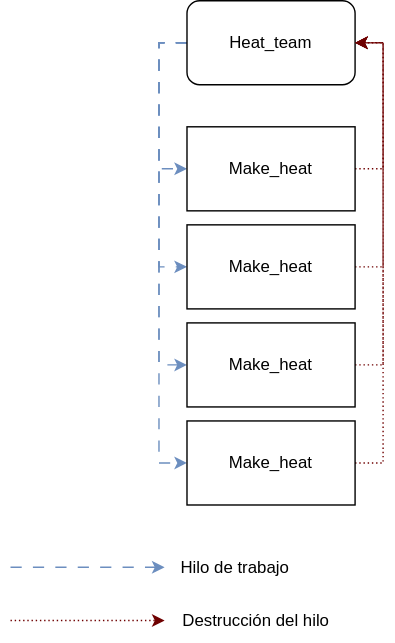
The draw.io diagram homeworks/pthread/design/images/Threats.svg in IsaiasAlfa/concurrente25a-isaias_alfaro, before a commit. Source tidied: cells renumbered, new cells last; positions are measured from the earlier drawing's top-left corner, leaving out a move shared by most shapes.
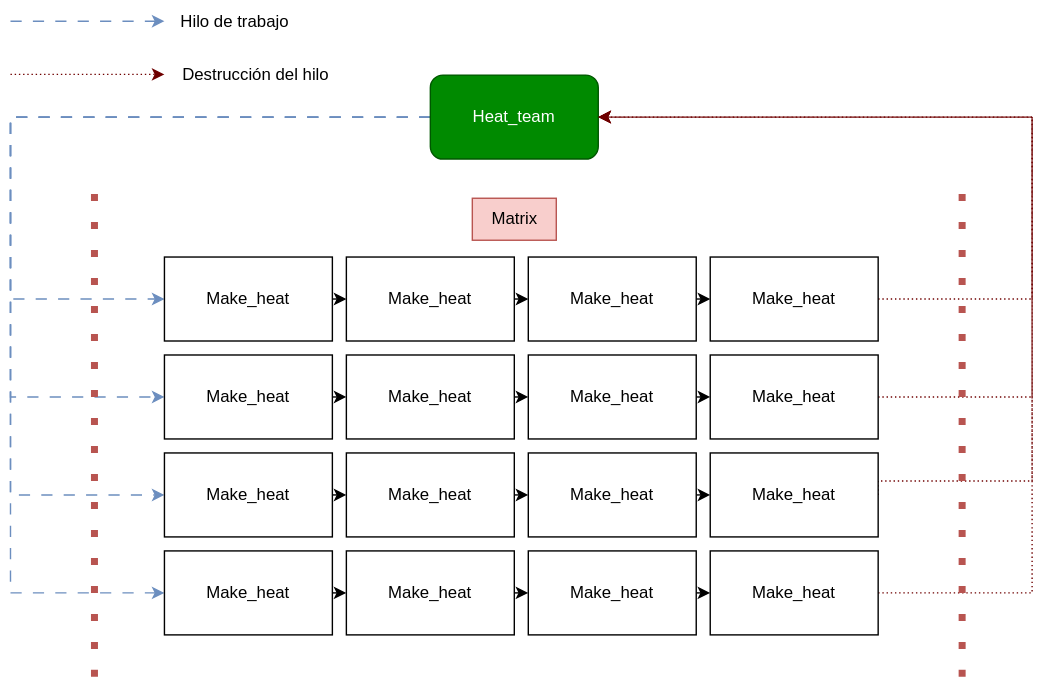
Later version of the same file.

Commit message:
homework_pthread: Better way to show the work of the threads. Close #3

What changed in the source:
```diff
@@ -3,61 +3,189 @@
     <mxCell id="0" />
     <mxCell id="1" parent="0" />
     <mxCell id="2" style="edgeStyle=orthogonalEdgeStyle;rounded=0;jettySize=auto;html=1;exitX=0;exitY=0.5;exitDx=0;exitDy=0;entryX=0;entryY=0.5;entryDx=0;entryDy=0;dashed=1;dashPattern=8 8;fillColor=#dae8fc;strokeColor=#6c8ebf;" parent="1" edge="1" source="6" target="8">
-      <mxGeometry relative="1" as="geometry" />
+      <mxGeometry relative="1" as="geometry">
+        <Array as="points">
+          <mxPoint x="16" y="-10" />
+          <mxPoint x="16" y="120" />
+        </Array>
+      </mxGeometry>
     </mxCell>
     <mxCell id="3" style="edgeStyle=orthogonalEdgeStyle;rounded=0;jettySize=auto;html=1;exitX=0;exitY=0.5;exitDx=0;exitDy=0;entryX=0;entryY=0.5;entryDx=0;entryDy=0;dashed=1;dashPattern=8 8;fillColor=#dae8fc;strokeColor=#6c8ebf;" parent="1" edge="1" source="6" target="10">
-      <mxGeometry relative="1" as="geometry" />
+      <mxGeometry relative="1" as="geometry">
+        <Array as="points">
+          <mxPoint x="16" y="-10" />
+          <mxPoint x="16" y="190" />
+        </Array>
+      </mxGeometry>
     </mxCell>
     <mxCell id="4" style="edgeStyle=orthogonalEdgeStyle;rounded=0;jettySize=auto;html=1;exitX=0;exitY=0.5;exitDx=0;exitDy=0;entryX=0;entryY=0.5;entryDx=0;entryDy=0;dashed=1;dashPattern=8 8;fillColor=#dae8fc;strokeColor=#6c8ebf;" parent="1" edge="1" source="6" target="12">
-      <mxGeometry relative="1" as="geometry" />
+      <mxGeometry relative="1" as="geometry">
+        <Array as="points">
+          <mxPoint x="16" y="-10" />
+          <mxPoint x="16" y="260" />
+        </Array>
+      </mxGeometry>
     </mxCell>
     <mxCell id="5" style="edgeStyle=orthogonalEdgeStyle;rounded=0;jettySize=auto;html=1;exitX=0;exitY=0.5;exitDx=0;exitDy=0;entryX=0;entryY=0.5;entryDx=0;entryDy=0;dashed=1;dashPattern=8 8;fillColor=#dae8fc;strokeColor=#6c8ebf;" parent="1" edge="1" source="6" target="14">
-      <mxGeometry relative="1" as="geometry" />
+      <mxGeometry relative="1" as="geometry">
+        <Array as="points">
+          <mxPoint x="16" y="-10" />
+          <mxPoint x="16" y="330" />
+        </Array>
+      </mxGeometry>
     </mxCell>
-    <mxCell id="6" value="Heat_team" style="rounded=1;whiteSpace=wrap;html=1;" parent="1" vertex="1">
-      <mxGeometry x="126" width="120" height="60" as="geometry" />
+    <mxCell id="6" value="Heat_team" style="rounded=1;whiteSpace=wrap;html=1;fillColor=#008a00;fontColor=#ffffff;strokeColor=#005700;" parent="1" vertex="1">
+      <mxGeometry x="316" y="-40" width="120" height="60" as="geometry" />
     </mxCell>
-    <mxCell id="7" style="edgeStyle=orthogonalEdgeStyle;rounded=0;jettySize=auto;html=1;exitX=1;exitY=0.5;exitDx=0;exitDy=0;entryX=1;entryY=0.5;entryDx=0;entryDy=0;dashed=1;dashPattern=1 2;fillColor=#a20025;strokeColor=#6F0000;" parent="1" edge="1" source="8" target="6">
-      <mxGeometry relative="1" as="geometry" />
+    <mxCell id="7" style="edgeStyle=orthogonalEdgeStyle;rounded=0;jettySize=auto;html=1;exitX=1;exitY=0.5;exitDx=0;exitDy=0;entryX=1;entryY=0.5;entryDx=0;entryDy=0;dashed=1;dashPattern=1 2;fillColor=#a20025;strokeColor=#6F0000;" parent="1" edge="1" source="42" target="6">
+      <mxGeometry relative="1" as="geometry">
+        <Array as="points">
+          <mxPoint x="746" y="120" />
+          <mxPoint x="746" y="-10" />
+        </Array>
+      </mxGeometry>
     </mxCell>
+    <mxCell id="19" style="edgeStyle=orthogonalEdgeStyle;rounded=0;jettySize=auto;html=1;exitX=1;exitY=0.5;exitDx=0;exitDy=0;entryX=0;entryY=0.5;entryDx=0;entryDy=0;" parent="1" edge="1" source="8" target="24">
+      <mxGeometry relative="1" as="geometry" />
+    </mxCell>
     <mxCell id="8" value="Make_heat" style="rounded=0;whiteSpace=wrap;html=1;" parent="1" vertex="1">
       <mxGeometry x="126" y="90" width="120" height="60" as="geometry" />
     </mxCell>
-    <mxCell id="9" style="edgeStyle=orthogonalEdgeStyle;rounded=0;jettySize=auto;html=1;exitX=1;exitY=0.5;exitDx=0;exitDy=0;entryX=1;entryY=0.5;entryDx=0;entryDy=0;dashed=1;dashPattern=1 2;fillColor=#a20025;strokeColor=#6F0000;" parent="1" edge="1" source="10" target="6">
-      <mxGeometry relative="1" as="geometry" />
+    <mxCell id="9" style="edgeStyle=orthogonalEdgeStyle;rounded=0;jettySize=auto;html=1;exitX=1;exitY=0.5;exitDx=0;exitDy=0;entryX=1;entryY=0.5;entryDx=0;entryDy=0;dashed=1;dashPattern=1 2;fillColor=#a20025;strokeColor=#6F0000;" parent="1" edge="1" source="39" target="6">
+      <mxGeometry relative="1" as="geometry">
+        <Array as="points">
+          <mxPoint x="746" y="190" />
+          <mxPoint x="746" y="-10" />
+        </Array>
+      </mxGeometry>
     </mxCell>
+    <mxCell id="20" style="edgeStyle=orthogonalEdgeStyle;rounded=0;jettySize=auto;html=1;exitX=1;exitY=0.5;exitDx=0;exitDy=0;entryX=0;entryY=0.5;entryDx=0;entryDy=0;" parent="1" edge="1" source="10" target="26">
+      <mxGeometry relative="1" as="geometry" />
+    </mxCell>
     <mxCell id="10" value="Make_heat" style="rounded=0;whiteSpace=wrap;html=1;" parent="1" vertex="1">
       <mxGeometry x="126" y="160" width="120" height="60" as="geometry" />
     </mxCell>
-    <mxCell id="11" style="edgeStyle=orthogonalEdgeStyle;rounded=0;jettySize=auto;html=1;exitX=1;exitY=0.5;exitDx=0;exitDy=0;entryX=1;entryY=0.5;entryDx=0;entryDy=0;dashed=1;dashPattern=1 2;fillColor=#a20025;strokeColor=#6F0000;" parent="1" edge="1" source="12" target="6">
-      <mxGeometry relative="1" as="geometry" />
+    <mxCell id="11" style="edgeStyle=orthogonalEdgeStyle;rounded=0;jettySize=auto;html=1;dashed=1;dashPattern=1 2;fillColor=#a20025;strokeColor=#6F0000;exitX=1;exitY=0.5;exitDx=0;exitDy=0;entryX=1;entryY=0.5;entryDx=0;entryDy=0;" parent="1" edge="1" source="36" target="6">
+      <mxGeometry relative="1" as="geometry">
+        <Array as="points">
+          <mxPoint x="636" y="250" />
+          <mxPoint x="746" y="250" />
+          <mxPoint x="746" y="-10" />
+        </Array>
+      </mxGeometry>
     </mxCell>
+    <mxCell id="21" style="edgeStyle=orthogonalEdgeStyle;rounded=0;jettySize=auto;html=1;exitX=1;exitY=0.5;exitDx=0;exitDy=0;entryX=0;entryY=0.5;entryDx=0;entryDy=0;" parent="1" edge="1" source="12" target="28">
+      <mxGeometry relative="1" as="geometry" />
+    </mxCell>
     <mxCell id="12" value="Make_heat" style="rounded=0;whiteSpace=wrap;html=1;" parent="1" vertex="1">
       <mxGeometry x="126" y="230" width="120" height="60" as="geometry" />
     </mxCell>
-    <mxCell id="13" style="edgeStyle=orthogonalEdgeStyle;rounded=0;jettySize=auto;html=1;exitX=1;exitY=0.5;exitDx=0;exitDy=0;entryX=1;entryY=0.5;entryDx=0;entryDy=0;dashed=1;dashPattern=1 2;fillColor=#a20025;strokeColor=#6F0000;" parent="1" edge="1" source="14" target="6">
-      <mxGeometry relative="1" as="geometry" />
+    <mxCell id="13" style="edgeStyle=orthogonalEdgeStyle;rounded=0;jettySize=auto;html=1;exitX=1;exitY=0.5;exitDx=0;exitDy=0;entryX=1;entryY=0.5;entryDx=0;entryDy=0;dashed=1;dashPattern=1 2;fillColor=#a20025;strokeColor=#6F0000;" parent="1" edge="1" source="33" target="6">
+      <mxGeometry relative="1" as="geometry">
+        <Array as="points">
+          <mxPoint x="746" y="330" />
+          <mxPoint x="746" y="-10" />
+        </Array>
+      </mxGeometry>
     </mxCell>
+    <mxCell id="22" style="edgeStyle=orthogonalEdgeStyle;rounded=0;jettySize=auto;html=1;exitX=1;exitY=0.5;exitDx=0;exitDy=0;entryX=0;entryY=0.5;entryDx=0;entryDy=0;" parent="1" edge="1" source="14" target="30">
+      <mxGeometry relative="1" as="geometry" />
+    </mxCell>
     <mxCell id="14" value="Make_heat" style="rounded=0;whiteSpace=wrap;html=1;" parent="1" vertex="1">
       <mxGeometry x="126" y="300" width="120" height="60" as="geometry" />
     </mxCell>
     <mxCell id="15" style="edgeStyle=orthogonalEdgeStyle;rounded=0;orthogonalLoop=1;jettySize=auto;html=1;dashed=1;dashPattern=1 2;fillColor=#a20025;strokeColor=#6F0000;" parent="1" edge="1">
       <mxGeometry relative="1" as="geometry">
-        <mxPoint y="442.5" as="sourcePoint" />
-        <mxPoint x="110" y="442.5" as="targetPoint" />
+        <mxPoint x="16" y="-40.5" as="sourcePoint" />
+        <mxPoint x="126" y="-40.5" as="targetPoint" />
       </mxGeometry>
     </mxCell>
     <mxCell id="16" style="edgeStyle=orthogonalEdgeStyle;rounded=0;orthogonalLoop=1;jettySize=auto;html=1;exitX=0;exitY=0.5;exitDx=0;exitDy=0;dashed=1;dashPattern=8 8;fillColor=#dae8fc;strokeColor=#6c8ebf;" parent="1" edge="1">
       <mxGeometry relative="1" as="geometry">
-        <mxPoint y="404.5" as="sourcePoint" />
-        <mxPoint x="110" y="404.5" as="targetPoint" />
+        <mxPoint x="16" y="-78.5" as="sourcePoint" />
+        <mxPoint x="126" y="-78.5" as="targetPoint" />
       </mxGeometry>
     </mxCell>
     <mxCell id="17" value="Hilo de trabajo" style="text;html=1;align=center;verticalAlign=middle;strokeColor=none;fillColor=none;" parent="1" vertex="1">
-      <mxGeometry x="110" y="390" width="100" height="30" as="geometry" />
+      <mxGeometry x="126" y="-93" width="100" height="30" as="geometry" />
     </mxCell>
     <mxCell id="18" value="Destrucción del hilo" style="text;html=1;align=center;verticalAlign=middle;strokeColor=none;fillColor=none;" parent="1" vertex="1">
-      <mxGeometry x="110" y="428" width="130" height="30" as="geometry" />
+      <mxGeometry x="126" y="-55" width="130" height="30" as="geometry" />
     </mxCell>
+    <mxCell id="23" style="edgeStyle=orthogonalEdgeStyle;rounded=0;jettySize=auto;html=1;exitX=1;exitY=0.5;exitDx=0;exitDy=0;entryX=0;entryY=0.5;entryDx=0;entryDy=0;" parent="1" edge="1" source="24" target="41">
+      <mxGeometry relative="1" as="geometry" />
+    </mxCell>
+    <mxCell id="24" value="Make_heat" style="rounded=0;whiteSpace=wrap;html=1;" parent="1" vertex="1">
+      <mxGeometry x="256" y="90" width="120" height="60" as="geometry" />
+    </mxCell>
+    <mxCell id="25" style="edgeStyle=orthogonalEdgeStyle;rounded=0;jettySize=auto;html=1;exitX=1;exitY=0.5;exitDx=0;exitDy=0;entryX=0;entryY=0.5;entryDx=0;entryDy=0;" parent="1" edge="1" source="26" target="38">
+      <mxGeometry relative="1" as="geometry" />
+    </mxCell>
+    <mxCell id="26" value="Make_heat" style="rounded=0;whiteSpace=wrap;html=1;" parent="1" vertex="1">
+      <mxGeometry x="256" y="160" width="120" height="60" as="geometry" />
+    </mxCell>
+    <mxCell id="27" style="edgeStyle=orthogonalEdgeStyle;rounded=0;jettySize=auto;html=1;exitX=1;exitY=0.5;exitDx=0;exitDy=0;entryX=0;entryY=0.5;entryDx=0;entryDy=0;" parent="1" edge="1" source="28" target="35">
+      <mxGeometry relative="1" as="geometry" />
+    </mxCell>
+    <mxCell id="28" value="Make_heat" style="rounded=0;whiteSpace=wrap;html=1;" parent="1" vertex="1">
+      <mxGeometry x="256" y="230" width="120" height="60" as="geometry" />
+    </mxCell>
+    <mxCell id="29" style="edgeStyle=orthogonalEdgeStyle;rounded=0;jettySize=auto;html=1;exitX=1;exitY=0.5;exitDx=0;exitDy=0;entryX=0;entryY=0.5;entryDx=0;entryDy=0;" parent="1" edge="1" source="30" target="32">
+      <mxGeometry relative="1" as="geometry" />
+    </mxCell>
+    <mxCell id="30" value="Make_heat" style="rounded=0;whiteSpace=wrap;html=1;" parent="1" vertex="1">
+      <mxGeometry x="256" y="300" width="120" height="60" as="geometry" />
+    </mxCell>
+    <mxCell id="31" style="edgeStyle=orthogonalEdgeStyle;rounded=0;jettySize=auto;html=1;exitX=1;exitY=0.5;exitDx=0;exitDy=0;entryX=0;entryY=0.5;entryDx=0;entryDy=0;" parent="1" edge="1" source="32" target="33">
+      <mxGeometry relative="1" as="geometry" />
+    </mxCell>
+    <mxCell id="32" value="Make_heat" style="rounded=0;whiteSpace=wrap;html=1;" parent="1" vertex="1">
+      <mxGeometry x="386" y="300" width="120" height="60" as="geometry" />
+    </mxCell>
+    <mxCell id="33" value="Make_heat" style="rounded=0;whiteSpace=wrap;html=1;" parent="1" vertex="1">
+      <mxGeometry x="516" y="300" width="120" height="60" as="geometry" />
+    </mxCell>
+    <mxCell id="34" style="edgeStyle=orthogonalEdgeStyle;rounded=0;jettySize=auto;html=1;exitX=1;exitY=0.5;exitDx=0;exitDy=0;entryX=0;entryY=0.5;entryDx=0;entryDy=0;" parent="1" edge="1" source="35" target="36">
+      <mxGeometry relative="1" as="geometry" />
+    </mxCell>
+    <mxCell id="35" value="Make_heat" style="rounded=0;whiteSpace=wrap;html=1;" parent="1" vertex="1">
+      <mxGeometry x="386" y="230" width="120" height="60" as="geometry" />
+    </mxCell>
+    <mxCell id="36" value="Make_heat" style="rounded=0;whiteSpace=wrap;html=1;" parent="1" vertex="1">
+      <mxGeometry x="516" y="230" width="120" height="60" as="geometry" />
+    </mxCell>
+    <mxCell id="37" style="edgeStyle=orthogonalEdgeStyle;rounded=0;jettySize=auto;html=1;exitX=1;exitY=0.5;exitDx=0;exitDy=0;entryX=0;entryY=0.5;entryDx=0;entryDy=0;" parent="1" edge="1" source="38" target="39">
+      <mxGeometry relative="1" as="geometry" />
+    </mxCell>
+    <mxCell id="38" value="Make_heat" style="rounded=0;whiteSpace=wrap;html=1;" parent="1" vertex="1">
+      <mxGeometry x="386" y="160" width="120" height="60" as="geometry" />
+    </mxCell>
+    <mxCell id="39" value="Make_heat" style="rounded=0;whiteSpace=wrap;html=1;" parent="1" vertex="1">
+      <mxGeometry x="516" y="160" width="120" height="60" as="geometry" />
+    </mxCell>
+    <mxCell id="40" style="edgeStyle=orthogonalEdgeStyle;rounded=0;jettySize=auto;html=1;exitX=1;exitY=0.5;exitDx=0;exitDy=0;entryX=0;entryY=0.5;entryDx=0;entryDy=0;" parent="1" edge="1" source="41" target="42">
+      <mxGeometry relative="1" as="geometry" />
+    </mxCell>
+    <mxCell id="41" value="Make_heat" style="rounded=0;whiteSpace=wrap;html=1;" parent="1" vertex="1">
+      <mxGeometry x="386" y="90" width="120" height="60" as="geometry" />
+    </mxCell>
+    <mxCell id="42" value="Make_heat" style="rounded=0;whiteSpace=wrap;html=1;" parent="1" vertex="1">
+      <mxGeometry x="516" y="90" width="120" height="60" as="geometry" />
+    </mxCell>
+    <mxCell id="43" style="endArrow=none;dashed=1;html=1;dashPattern=1 3;strokeWidth=5;rounded=0;fillColor=#f8cecc;strokeColor=#b85450;" parent="1" edge="1">
+      <mxGeometry relative="1" as="geometry">
+        <mxPoint x="76" y="390" as="sourcePoint" />
+        <mxPoint x="76" y="30" as="targetPoint" />
+      </mxGeometry>
+    </mxCell>
+    <mxCell id="44" style="endArrow=none;dashed=1;html=1;dashPattern=1 3;strokeWidth=5;rounded=0;fillColor=#f8cecc;strokeColor=#b85450;" parent="1" edge="1">
+      <mxGeometry relative="1" as="geometry">
+        <mxPoint x="696" y="390" as="sourcePoint" />
+        <mxPoint x="696" y="30" as="targetPoint" />
+      </mxGeometry>
+    </mxCell>
+    <mxCell id="45" value="Matrix" style="text;html=1;align=center;verticalAlign=middle;strokeColor=#b85450;fillColor=#f8cecc;" parent="1" vertex="1">
+      <mxGeometry x="346" y="48" width="60" height="30" as="geometry" />
+    </mxCell>
   </root>
 </mxGraphModel>
```
